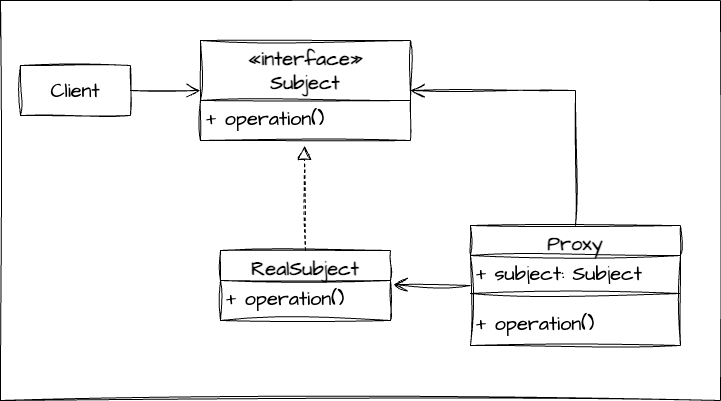
Above: src/main/java/me/cho/design_patterns/_2_structural_patterns/_07_proxy/Proxy.drawio.png in choomi1217/designPatterns (draw.io), before the change. Source tidied: cells renumbered, new cells last; positions are measured from the earlier drawing's top-left corner, leaving out a move shared by most shapes.
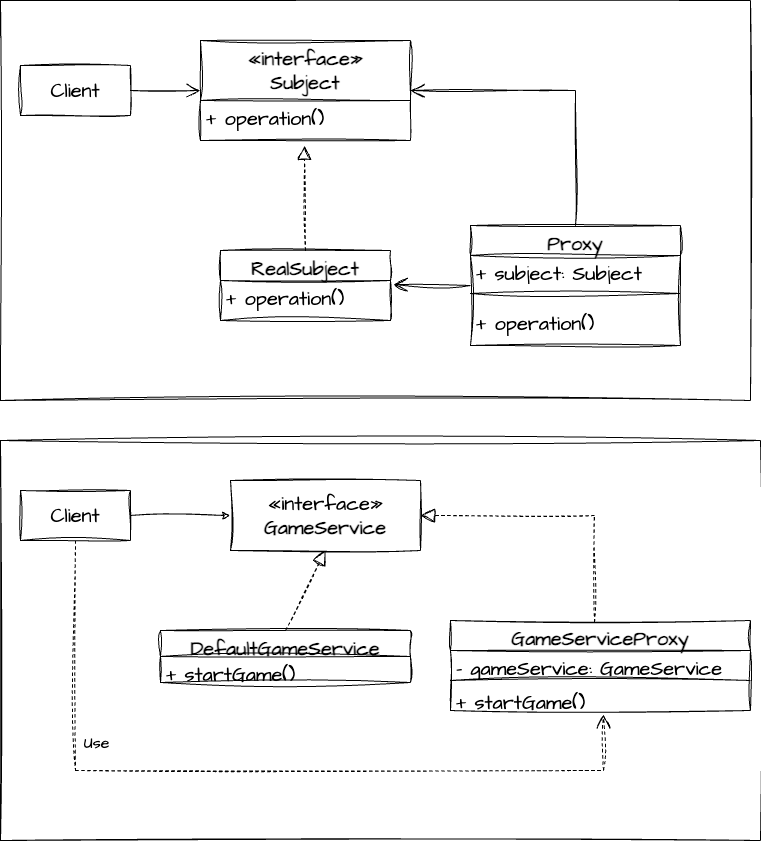
Above is the later version.

What changed in the source:
```diff
@@ -2,8 +2,11 @@
   <root>
     <mxCell id="0" />
     <mxCell id="1" parent="0" />
+    <mxCell id="16" style="rounded=0;whiteSpace=wrap;html=1;sketch=1;hachureGap=4;jiggle=2;curveFitting=1;fontFamily=Architects Daughter;fontSource=https%3A%2F%2Ffonts.googleapis.com%2Fcss%3Ffamily%3DArchitects%2BDaughter;fontSize=20;" parent="1" vertex="1">
+      <mxGeometry y="440" width="760" height="400" as="geometry" />
+    </mxCell>
     <mxCell id="2" style="rounded=0;whiteSpace=wrap;html=1;sketch=1;hachureGap=4;jiggle=2;curveFitting=1;fontFamily=Architects Daughter;fontSource=https%3A%2F%2Ffonts.googleapis.com%2Fcss%3Ffamily%3DArchitects%2BDaughter;fontSize=20;" parent="1" vertex="1">
-      <mxGeometry width="720" height="400" as="geometry" />
+      <mxGeometry width="750" height="400" as="geometry" />
     </mxCell>
     <mxCell id="3" value="Client" style="html=1;whiteSpace=wrap;sketch=1;hachureGap=4;jiggle=2;curveFitting=1;fontFamily=Architects Daughter;fontSource=https%3A%2F%2Ffonts.googleapis.com%2Fcss%3Ffamily%3DArchitects%2BDaughter;fontSize=20;" parent="1" vertex="1">
       <mxGeometry x="20" y="65" width="110" height="50" as="geometry" />
@@ -48,5 +51,51 @@
     <mxCell id="15" style="endArrow=open;endFill=1;endSize=12;html=1;rounded=0;sketch=1;hachureGap=4;jiggle=2;curveFitting=1;fontFamily=Architects Daughter;fontSource=https%3A%2F%2Ffonts.googleapis.com%2Fcss%3Ffamily%3DArchitects%2BDaughter;fontSize=16;exitX=1;exitY=0.5;exitDx=0;exitDy=0;entryX=0;entryY=0.5;entryDx=0;entryDy=0;" parent="1" edge="1" source="3" target="4">
       <mxGeometry relative="1" as="geometry" />
     </mxCell>
+    <mxCell id="17" style="edgeStyle=orthogonalEdgeStyle;rounded=0;sketch=1;hachureGap=4;jiggle=2;curveFitting=1;jettySize=auto;html=1;entryX=0;entryY=0.5;entryDx=0;entryDy=0;fontFamily=Architects Daughter;fontSource=https%3A%2F%2Ffonts.googleapis.com%2Fcss%3Ffamily%3DArchitects%2BDaughter;fontSize=16;" parent="1" edge="1" source="18" target="19">
+      <mxGeometry relative="1" as="geometry" />
+    </mxCell>
+    <mxCell id="18" value="Client" style="html=1;whiteSpace=wrap;sketch=1;hachureGap=4;jiggle=2;curveFitting=1;fontFamily=Architects Daughter;fontSource=https%3A%2F%2Ffonts.googleapis.com%2Fcss%3Ffamily%3DArchitects%2BDaughter;fontSize=20;" parent="1" vertex="1">
+      <mxGeometry x="20" y="490" width="110" height="50" as="geometry" />
+    </mxCell>
+    <mxCell id="19" value="«interface»&lt;br&gt;&lt;b&gt;GameService&lt;/b&gt;" style="html=1;whiteSpace=wrap;sketch=1;hachureGap=4;jiggle=2;curveFitting=1;fontFamily=Architects Daughter;fontSource=https%3A%2F%2Ffonts.googleapis.com%2Fcss%3Ffamily%3DArchitects%2BDaughter;fontSize=20;" parent="1" vertex="1">
+      <mxGeometry x="230" y="480" width="190" height="70" as="geometry" />
+    </mxCell>
+    <mxCell id="20" value="GameServiceProxy" style="swimlane;fontStyle=1;align=center;verticalAlign=top;horizontal=1;startSize=30;whiteSpace=wrap;html=1;sketch=1;hachureGap=4;jiggle=2;curveFitting=1;fontFamily=Architects Daughter;fontSource=https%3A%2F%2Ffonts.googleapis.com%2Fcss%3Ffamily%3DArchitects%2BDaughter;fontSize=20;" parent="1" vertex="1">
+      <mxGeometry x="450" y="620" width="300" height="90" as="geometry" />
+    </mxCell>
+    <mxCell id="21" value="- gameService: GameService" style="text;strokeColor=none;fillColor=none;align=left;verticalAlign=top;spacingLeft=4;spacingRight=4;overflow=hidden;whiteSpace=wrap;html=1;fontSize=20;fontFamily=Architects Daughter;" parent="20" vertex="1">
+      <mxGeometry y="30" width="300" height="26" as="geometry" />
+    </mxCell>
+    <mxCell id="22" style="line;strokeWidth=1;fillColor=none;align=left;verticalAlign=middle;spacingTop=-1;spacingLeft=3;spacingRight=3;labelPosition=right;strokeColor=inherit;sketch=1;hachureGap=4;jiggle=2;curveFitting=1;fontFamily=Architects Daughter;fontSource=https%3A%2F%2Ffonts.googleapis.com%2Fcss%3Ffamily%3DArchitects%2BDaughter;fontSize=20;" parent="20" vertex="1">
+      <mxGeometry y="56" width="300" height="8" as="geometry" />
+    </mxCell>
+    <mxCell id="23" value="+&amp;nbsp;startGame&lt;span style=&quot;background-color: initial;&quot;&gt;()&lt;/span&gt;" style="text;strokeColor=none;fillColor=none;align=left;verticalAlign=top;spacingLeft=4;spacingRight=4;overflow=hidden;points=[[0,0.5],[1,0.5]];portConstraint=eastwest;whiteSpace=wrap;html=1;fontSize=20;fontFamily=Architects Daughter;" parent="20" vertex="1">
+      <mxGeometry y="64" width="300" height="26" as="geometry" />
+    </mxCell>
+    <mxCell id="24" style="endArrow=block;dashed=1;endFill=0;endSize=12;html=1;rounded=0;sketch=1;hachureGap=4;jiggle=2;curveFitting=1;fontFamily=Architects Daughter;fontSource=https%3A%2F%2Ffonts.googleapis.com%2Fcss%3Ffamily%3DArchitects%2BDaughter;fontSize=16;exitX=0.48;exitY=0.022;exitDx=0;exitDy=0;exitPerimeter=0;entryX=1;entryY=0.5;entryDx=0;entryDy=0;" parent="1" edge="1" source="20" target="19">
+      <mxGeometry relative="1" as="geometry">
+        <Array as="points">
+          <mxPoint x="594" y="515" />
+        </Array>
+      </mxGeometry>
+    </mxCell>
+    <mxCell id="25" value="DefaultGameService" style="swimlane;fontStyle=1;align=center;verticalAlign=top;horizontal=1;startSize=26;whiteSpace=wrap;html=1;sketch=1;hachureGap=4;jiggle=2;curveFitting=1;fontFamily=Architects Daughter;fontSource=https%3A%2F%2Ffonts.googleapis.com%2Fcss%3Ffamily%3DArchitects%2BDaughter;fontSize=20;" parent="1" vertex="1">
+      <mxGeometry x="160" y="630" width="250" height="52" as="geometry" />
+    </mxCell>
+    <mxCell id="26" value="+ startGame()" style="text;strokeColor=none;fillColor=none;align=left;verticalAlign=top;spacingLeft=4;spacingRight=4;overflow=hidden;whiteSpace=wrap;html=1;fontSize=20;fontFamily=Architects Daughter;" parent="25" vertex="1">
+      <mxGeometry y="26" width="250" height="26" as="geometry" />
+    </mxCell>
+    <mxCell id="27" style="endArrow=block;dashed=1;endFill=0;endSize=12;html=1;rounded=0;sketch=1;hachureGap=4;jiggle=2;curveFitting=1;fontFamily=Architects Daughter;fontSource=https%3A%2F%2Ffonts.googleapis.com%2Fcss%3Ffamily%3DArchitects%2BDaughter;fontSize=16;exitX=0.5;exitY=0;exitDx=0;exitDy=0;entryX=0.5;entryY=1;entryDx=0;entryDy=0;" parent="1" edge="1" source="25" target="19">
+      <mxGeometry relative="1" as="geometry" />
+    </mxCell>
+    <mxCell id="28" value="Use" style="endArrow=open;endSize=12;dashed=1;html=1;rounded=0;sketch=1;hachureGap=4;jiggle=2;curveFitting=1;fontFamily=Architects Daughter;fontSource=https%3A%2F%2Ffonts.googleapis.com%2Fcss%3Ffamily%3DArchitects%2BDaughter;fontSize=16;exitX=0.5;exitY=1;exitDx=0;exitDy=0;entryX=0.51;entryY=1.154;entryDx=0;entryDy=0;entryPerimeter=0;" parent="1" edge="1" source="18" target="23">
+      <mxGeometry x="-0.5" y="21" relative="1" as="geometry">
+        <Array as="points">
+          <mxPoint x="75" y="770" />
+          <mxPoint x="603" y="770" />
+        </Array>
+        <mxPoint y="1" as="offset" />
+      </mxGeometry>
+    </mxCell>
   </root>
 </mxGraphModel>
```
